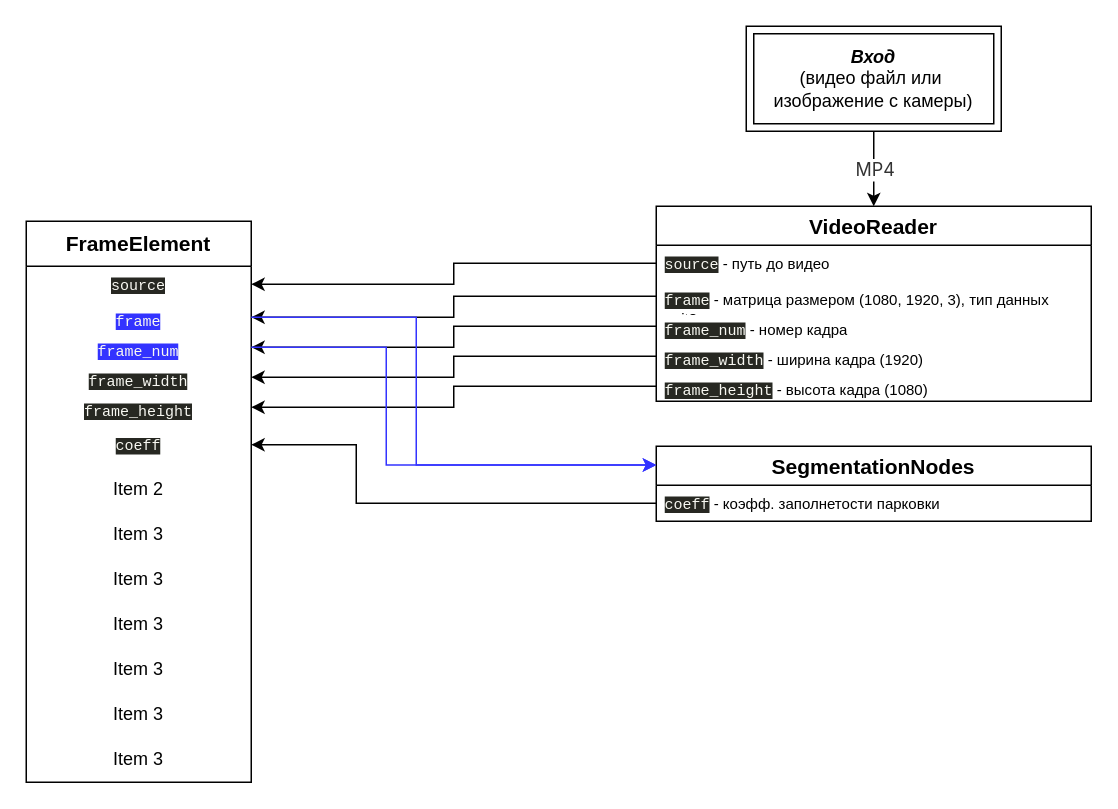
Before: data_for_readme/Parkovka.drawio in Serko114/where_is_my_place_for_a_car, a draw.io diagram. Source tidied: cells renumbered, new cells numbered last; positions are measured from the earlier drawing's top-left corner, leaving out a move shared by most shapes. Both pictures are drawn from the tidied source at 150%, with x=0, y=0 at pixel (26, 26).
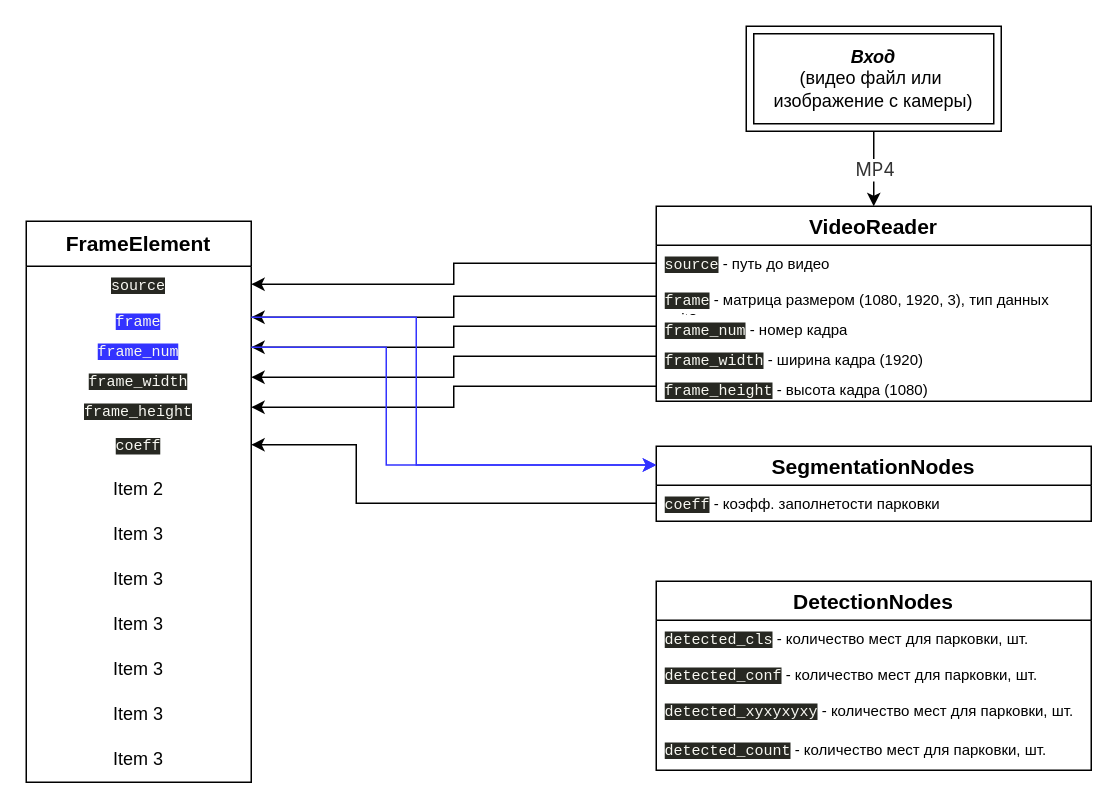
Above is the later version.

The edit, as a diff of the source:
```diff
@@
+    <mxCell id="36" value="DetectionNodes" style="swimlane;fontStyle=1;horizontal=1;startSize=26;align=center;fontSize=14;" parent="1" vertex="1">
+      <mxGeometry x="420" y="370" width="290" height="126" as="geometry" />
+    </mxCell>
+    <mxCell id="37" value="&lt;span style=&quot;background-color: rgb(39, 40, 34); color: rgb(248, 248, 242); font-family: Consolas, &amp;quot;Courier New&amp;quot;, monospace; white-space: pre;&quot;&gt;detected_cls&lt;/span&gt;&amp;nbsp;- количество мест для парковки, шт." style="text;strokeColor=none;fillColor=none;spacingLeft=4;spacingRight=4;overflow=hidden;fontSize=10;whiteSpace=wrap;html=1;" parent="36" vertex="1">
+      <mxGeometry y="26" width="290" height="24" as="geometry" />
+    </mxCell>
+    <mxCell id="38" value="&lt;span style=&quot;background-color: rgb(39, 40, 34); color: rgb(248, 248, 242); font-family: Consolas, &amp;quot;Courier New&amp;quot;, monospace; white-space: pre;&quot;&gt;detected_conf&lt;/span&gt;&amp;nbsp;- количество мест для парковки, шт." style="text;strokeColor=none;fillColor=none;spacingLeft=4;spacingRight=4;overflow=hidden;fontSize=10;whiteSpace=wrap;html=1;" parent="36" vertex="1">
+      <mxGeometry y="50" width="290" height="24" as="geometry" />
+    </mxCell>
+    <mxCell id="39" value="&lt;span style=&quot;background-color: rgb(39, 40, 34); color: rgb(248, 248, 242); font-family: Consolas, &amp;quot;Courier New&amp;quot;, monospace; white-space: pre;&quot;&gt;detected_xyxyxyxy&lt;/span&gt;&amp;nbsp;- количество мест для парковки, шт." style="text;strokeColor=none;fillColor=none;spacingLeft=4;spacingRight=4;overflow=hidden;fontSize=10;whiteSpace=wrap;html=1;" parent="36" vertex="1">
+      <mxGeometry y="74" width="290" height="26" as="geometry" />
+    </mxCell>
+    <mxCell id="40" value="&lt;span style=&quot;background-color: rgb(39, 40, 34); color: rgb(248, 248, 242); font-family: Consolas, &amp;quot;Courier New&amp;quot;, monospace; white-space: pre;&quot;&gt;detected_count&lt;/span&gt;&amp;nbsp;- количество мест для парковки, шт." style="text;strokeColor=none;fillColor=none;spacingLeft=4;spacingRight=4;overflow=hidden;fontSize=10;whiteSpace=wrap;html=1;" parent="36" vertex="1">
+      <mxGeometry y="100" width="290" height="26" as="geometry" />
+    </mxCell>
```
